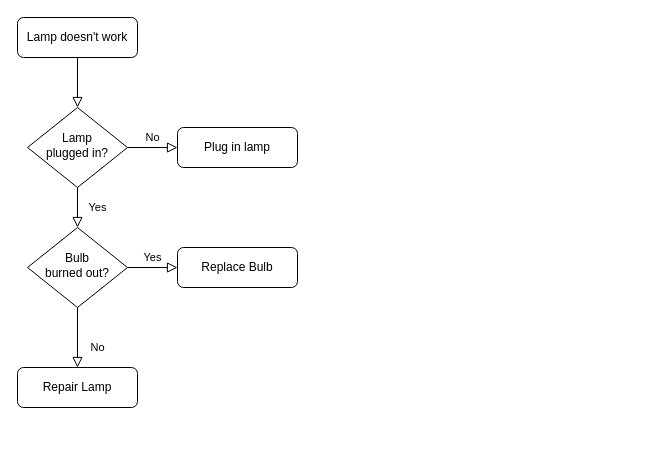
This is vida.drawio from reinaldoneves/reinaldoneves, a draw.io file, before an edit. Source tidied: cells renumbered, new cells numbered last; positions are measured from the earlier drawing's top-left corner, leaving out a move shared by most shapes. Both pictures are drawn from the tidied source at 100%, with x=0, y=0 at pixel (17, 17).
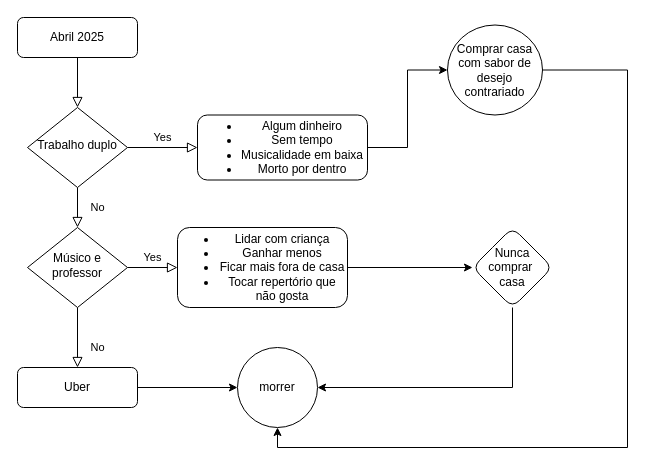
Above is the later version.

What changed in the source:
```diff
@@
-    <mxCell id="3" value="Lamp doesn't work" style="rounded=1;whiteSpace=wrap;html=1;fontSize=12;glass=0;strokeWidth=1;shadow=0;" parent="1" vertex="1">
+    <mxCell id="3" value="Abril 2025" style="rounded=1;whiteSpace=wrap;html=1;fontSize=12;glass=0;strokeWidth=1;shadow=0;" parent="1" vertex="1">
       <mxGeometry width="120" height="40" as="geometry" />
     </mxCell>
-    <mxCell id="4" value="Yes" style="rounded=0;html=1;jettySize=auto;fontSize=11;endArrow=block;endFill=0;endSize=8;strokeWidth=1;shadow=0;labelBackgroundColor=none;edgeStyle=orthogonalEdgeStyle;" parent="1" edge="1" source="6" target="10">
+    <mxCell id="4" value="No" style="rounded=0;html=1;jettySize=auto;fontSize=11;endArrow=block;endFill=0;endSize=8;strokeWidth=1;shadow=0;labelBackgroundColor=none;edgeStyle=orthogonalEdgeStyle;" parent="1" edge="1" source="6" target="10">
       <mxGeometry y="20" relative="1" as="geometry" />
     </mxCell>
-    <mxCell id="5" value="No" style="edgeStyle=orthogonalEdgeStyle;rounded=0;html=1;jettySize=auto;fontSize=11;endArrow=block;endFill=0;endSize=8;strokeWidth=1;shadow=0;labelBackgroundColor=none;" parent="1" edge="1" source="6" target="7">
+    <mxCell id="5" value="Yes" style="edgeStyle=orthogonalEdgeStyle;rounded=0;html=1;jettySize=auto;fontSize=11;endArrow=block;endFill=0;endSize=8;strokeWidth=1;shadow=0;labelBackgroundColor=none;entryX=0;entryY=0.5;entryDx=0;entryDy=0;" parent="1" edge="1" source="6" target="16">
       <mxGeometry y="10" relative="1" as="geometry" />
     </mxCell>
-    <mxCell id="6" value="Lamp&lt;br&gt;plugged in?" style="rhombus;whiteSpace=wrap;html=1;shadow=0;fontFamily=Helvetica;fontSize=12;align=center;strokeWidth=1;spacing=6;spacingTop=-4;" parent="1" vertex="1">
+    <mxCell id="6" value="Trabalho duplo" style="rhombus;whiteSpace=wrap;html=1;shadow=0;fontFamily=Helvetica;fontSize=12;align=center;strokeWidth=1;spacing=6;spacingTop=-4;" parent="1" vertex="1">
       <mxGeometry x="10" y="90" width="100" height="80" as="geometry" />
     </mxCell>
-    <mxCell id="7" value="Plug in lamp" style="rounded=1;whiteSpace=wrap;html=1;fontSize=12;glass=0;strokeWidth=1;shadow=0;" parent="1" vertex="1">
-      <mxGeometry x="160" y="110" width="120" height="40" as="geometry" />
-    </mxCell>
@@
-    <mxCell id="10" value="Bulb&lt;br&gt;burned out?" style="rhombus;whiteSpace=wrap;html=1;shadow=0;fontFamily=Helvetica;fontSize=12;align=center;strokeWidth=1;spacing=6;spacingTop=-4;" parent="1" vertex="1">
+    <mxCell id="10" value="Músico e professor" style="rhombus;whiteSpace=wrap;html=1;shadow=0;fontFamily=Helvetica;fontSize=12;align=center;strokeWidth=1;spacing=6;spacingTop=-4;" parent="1" vertex="1">
       <mxGeometry x="10" y="210" width="100" height="80" as="geometry" />
     </mxCell>
+    <mxCell id="13" style="edgeStyle=orthogonalEdgeStyle;rounded=0;jettySize=auto;html=1;" parent="1" edge="1" source="11" target="21">
+      <mxGeometry relative="1" as="geometry" />
+    </mxCell>
-    <mxCell id="11" value="Repair Lamp" style="rounded=1;whiteSpace=wrap;html=1;fontSize=12;glass=0;strokeWidth=1;shadow=0;" parent="1" vertex="1">
+    <mxCell id="11" value="Uber" style="rounded=1;whiteSpace=wrap;html=1;fontSize=12;glass=0;strokeWidth=1;shadow=0;" parent="1" vertex="1">
       <mxGeometry y="350" width="120" height="40" as="geometry" />
     </mxCell>
+    <mxCell id="14" style="edgeStyle=orthogonalEdgeStyle;rounded=0;jettySize=auto;html=1;" parent="1" edge="1" source="12" target="20">
+      <mxGeometry relative="1" as="geometry" />
+    </mxCell>
-    <mxCell id="12" value="Replace Bulb" style="rounded=1;whiteSpace=wrap;html=1;fontSize=12;glass=0;strokeWidth=1;shadow=0;" parent="1" vertex="1">
-      <mxGeometry x="160" y="230" width="120" height="40" as="geometry" />
+    <mxCell id="12" value="&lt;ul&gt;&lt;li&gt;Lidar com criança&lt;/li&gt;&lt;li&gt;Ganhar menos&lt;/li&gt;&lt;li&gt;Ficar mais fora de casa&lt;/li&gt;&lt;li&gt;Tocar repertório que não gosta&lt;/li&gt;&lt;/ul&gt;" style="rounded=1;whiteSpace=wrap;html=1;fontSize=12;glass=0;strokeWidth=1;shadow=0;" parent="1" vertex="1">
+      <mxGeometry x="160" y="210" width="170" height="80" as="geometry" />
     </mxCell>
+    <mxCell id="15" style="edgeStyle=orthogonalEdgeStyle;rounded=0;jettySize=auto;html=1;" parent="1" edge="1" source="16" target="18">
+      <mxGeometry relative="1" as="geometry" />
+    </mxCell>
+    <mxCell id="16" value="&lt;ul&gt;&lt;li&gt;Algum dinheiro&lt;/li&gt;&lt;li&gt;Sem tempo&lt;/li&gt;&lt;li&gt;Musicalidade em baixa&lt;/li&gt;&lt;li&gt;Morto por dentro&lt;/li&gt;&lt;/ul&gt;" style="rounded=1;whiteSpace=wrap;html=1;glass=0;strokeWidth=1;shadow=0;" parent="1" vertex="1">
+      <mxGeometry x="180" y="97.5" width="170" height="65" as="geometry" />
+    </mxCell>
+    <mxCell id="17" style="edgeStyle=orthogonalEdgeStyle;rounded=0;jettySize=auto;html=1;entryX=0.5;entryY=1;entryDx=0;entryDy=0;" parent="1" edge="1" source="18" target="21">
+      <mxGeometry relative="1" as="geometry">
+        <Array as="points">
+          <mxPoint x="610" y="53" />
+          <mxPoint x="610" y="430" />
+          <mxPoint x="260" y="430" />
+        </Array>
+      </mxGeometry>
+    </mxCell>
+    <mxCell id="18" value="Comprar casa com sabor de desejo contrariado" style="ellipse;whiteSpace=wrap;html=1;rounded=1;glass=0;strokeWidth=1;shadow=0;" parent="1" vertex="1">
+      <mxGeometry x="430" y="7.5" width="95" height="90" as="geometry" />
+    </mxCell>
+    <mxCell id="19" style="edgeStyle=orthogonalEdgeStyle;rounded=0;jettySize=auto;html=1;exitX=0.5;exitY=1;exitDx=0;exitDy=0;entryX=1;entryY=0.5;entryDx=0;entryDy=0;" parent="1" edge="1" source="20" target="21">
+      <mxGeometry relative="1" as="geometry" />
+    </mxCell>
+    <mxCell id="20" value="Nunca comprar&amp;nbsp;&lt;div&gt;casa&lt;/div&gt;" style="rhombus;whiteSpace=wrap;html=1;rounded=1;glass=0;strokeWidth=1;shadow=0;" parent="1" vertex="1">
+      <mxGeometry x="455" y="210" width="80" height="80" as="geometry" />
+    </mxCell>
+    <mxCell id="21" value="morrer" style="ellipse;whiteSpace=wrap;html=1;rounded=1;glass=0;strokeWidth=1;shadow=0;" parent="1" vertex="1">
+      <mxGeometry x="220" y="330" width="80" height="80" as="geometry" />
+    </mxCell>
```
